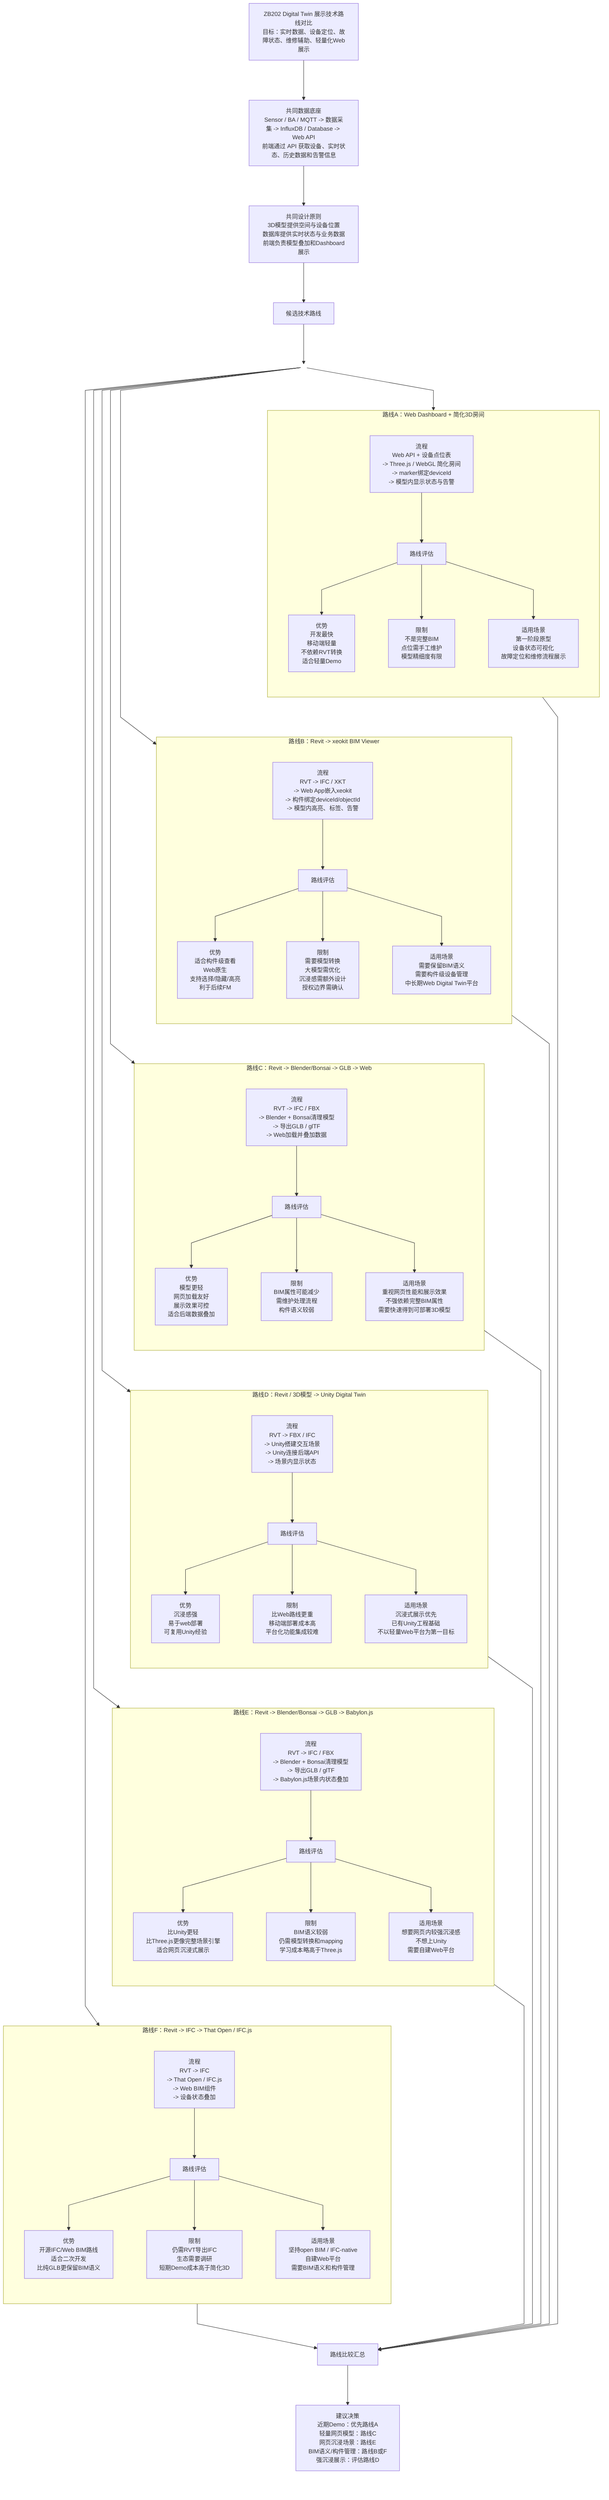
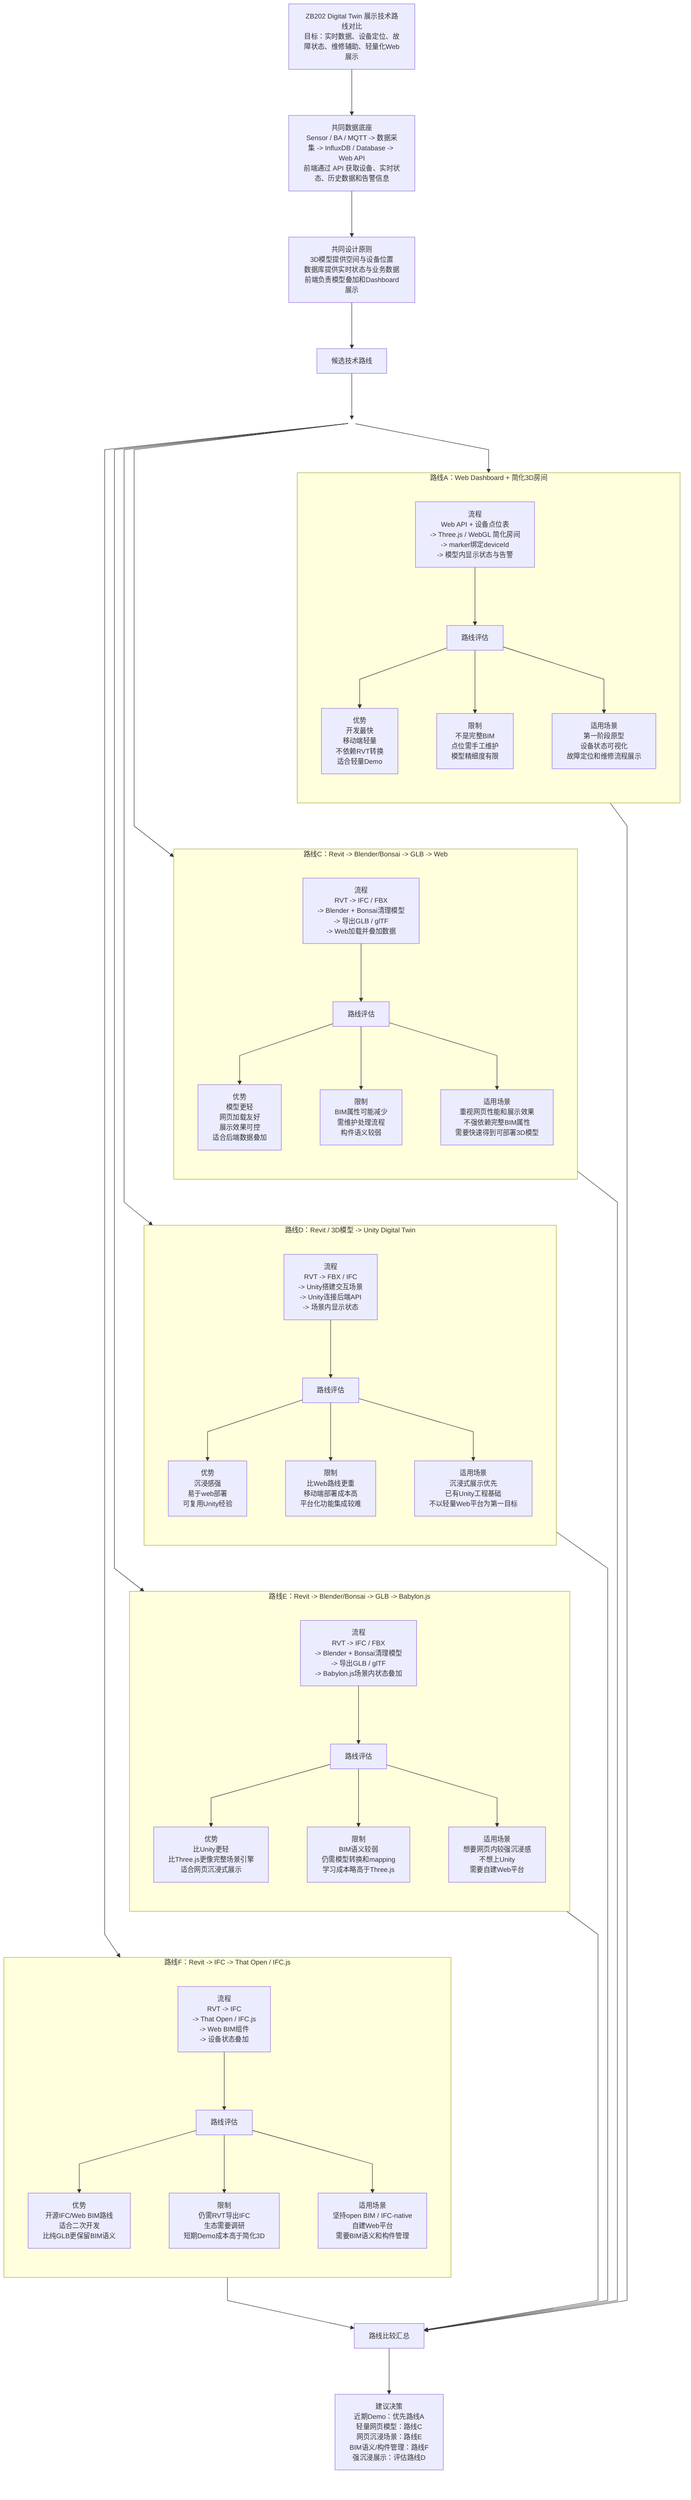
%%{init: {"flowchart": {"nodeSpacing": 80, "rankSpacing": 95, "curve": "linear"}, "themeVariables": {"fontSize": "14px"}}}%%
flowchart TB
  %% ZB202 Digital Twin technical route comparison for group meeting

  TITLE["ZB202 Digital Twin 展示技术路线对比<br/>目标：实时数据、设备定位、故障状态、维修辅助、轻量化Web展示"]

  DATA["共同数据底座<br/>Sensor / BA / MQTT -> 数据采集 -> InfluxDB / Database -> Web API<br/>前端通过 API 获取设备、实时状态、历史数据和告警信息"]

  PRINCIPLE["共同设计原则<br/>3D模型提供空间与设备位置<br/>数据库提供实时状态与业务数据<br/>前端负责模型叠加和Dashboard展示"]

  ROUTE_TITLE["候选技术路线"]

  TITLE --> DATA --> PRINCIPLE --> ROUTE_TITLE --> ROUTE_ENTRY

  ROUTE_ENTRY((" "))

  subgraph R1["路线A：Web Dashboard + 简化3D房间"]
    direction TB
    R1_START["流程<br/>Web API + 设备点位表<br/>-> Three.js / WebGL 简化房间<br/>-> marker绑定deviceId<br/>-> 模型内显示状态与告警"]

    R1_SPLIT["路线评估"]
    R1_PRO["优势<br/>开发最快<br/>移动端轻量<br/>不依赖RVT转换<br/>适合轻量Demo"]
    R1_CON["限制<br/>不是完整BIM<br/>点位需手工维护<br/>模型精细度有限"]
    R1_USE["适用场景<br/>第一阶段原型<br/>设备状态可视化<br/>故障定位和维修流程展示"]

    R1_START --> R1_SPLIT
    R1_SPLIT --> R1_PRO
    R1_SPLIT --> R1_CON
    R1_SPLIT --> R1_USE
-   end
- 
-   subgraph R2["路线B：Revit -> xeokit BIM Viewer"]
-     direction TB
-     R2_START["流程<br/>RVT -> IFC / XKT<br/>-> Web App嵌入xeokit<br/>-> 构件绑定deviceId/objectId<br/>-> 模型内高亮、标签、告警"]
- 
-     R2_SPLIT["路线评估"]
-     R2_PRO["优势<br/>适合构件级查看<br/>Web原生<br/>支持选择/隐藏/高亮<br/>利于后续FM"]
-     R2_CON["限制<br/>需要模型转换<br/>大模型需优化<br/>沉浸感需额外设计<br/>授权边界需确认"]
-     R2_USE["适用场景<br/>需要保留BIM语义<br/>需要构件级设备管理<br/>中长期Web Digital Twin平台"]
- 
-     R2_START --> R2_SPLIT
-     R2_SPLIT --> R2_PRO
-     R2_SPLIT --> R2_CON
-     R2_SPLIT --> R2_USE
  end

  subgraph R3["路线C：Revit -> Blender/Bonsai -> GLB -> Web"]
    direction TB
    R3_START["流程<br/>RVT -> IFC / FBX<br/>-> Blender + Bonsai清理模型<br/>-> 导出GLB / glTF<br/>-> Web加载并叠加数据"]

    R3_SPLIT["路线评估"]
    R3_PRO["优势<br/>模型更轻<br/>网页加载友好<br/>展示效果可控<br/>适合后端数据叠加"]
    R3_CON["限制<br/>BIM属性可能减少<br/>需维护处理流程<br/>构件语义较弱"]
    R3_USE["适用场景<br/>重视网页性能和展示效果<br/>不强依赖完整BIM属性<br/>需要快速得到可部署3D模型"]

    R3_START --> R3_SPLIT
    R3_SPLIT --> R3_PRO
    R3_SPLIT --> R3_CON
    R3_SPLIT --> R3_USE
  end

  subgraph R4["路线D：Revit / 3D模型 -> Unity Digital Twin"]
    direction TB
    R4_START["流程<br/>RVT -> FBX / IFC<br/>-> Unity搭建交互场景<br/>-> Unity连接后端API<br/>-> 场景内显示状态"]

    R4_SPLIT["路线评估"]
    R4_PRO["优势<br/>沉浸感强<br/>易于web部署<br/>可复用Unity经验"]
    R4_CON["限制<br/>比Web路线更重<br/>移动端部署成本高<br/>平台化功能集成较难"]
    R4_USE["适用场景<br/>沉浸式展示优先<br/>已有Unity工程基础<br/>不以轻量Web平台为第一目标"]

    R4_START --> R4_SPLIT
    R4_SPLIT --> R4_PRO
    R4_SPLIT --> R4_CON
    R4_SPLIT --> R4_USE
  end

  subgraph R5["路线E：Revit -> Blender/Bonsai -> GLB -> Babylon.js"]
    direction TB
    R5_START["流程<br/>RVT -> IFC / FBX<br/>-> Blender + Bonsai清理模型<br/>-> 导出GLB / glTF<br/>-> Babylon.js场景内状态叠加"]

    R5_SPLIT["路线评估"]
    R5_PRO["优势<br/>比Unity更轻<br/>比Three.js更像完整场景引擎<br/>适合网页沉浸式展示"]
    R5_CON["限制<br/>BIM语义较弱<br/>仍需模型转换和mapping<br/>学习成本略高于Three.js"]
    R5_USE["适用场景<br/>想要网页内较强沉浸感<br/>不想上Unity<br/>需要自建Web平台"]

    R5_START --> R5_SPLIT
    R5_SPLIT --> R5_PRO
    R5_SPLIT --> R5_CON
    R5_SPLIT --> R5_USE
  end

  subgraph R6["路线F：Revit -> IFC -> That Open / IFC.js"]
    direction TB
    R6_START["流程<br/>RVT -> IFC<br/>-> That Open / IFC.js<br/>-> Web BIM组件<br/>-> 设备状态叠加"]

    R6_SPLIT["路线评估"]
    R6_PRO["优势<br/>开源IFC/Web BIM路线<br/>适合二次开发<br/>比纯GLB更保留BIM语义"]
    R6_CON["限制<br/>仍需RVT导出IFC<br/>生态需要调研<br/>短期Demo成本高于简化3D"]
    R6_USE["适用场景<br/>坚持open BIM / IFC-native<br/>自建Web平台<br/>需要BIM语义和构件管理"]

    R6_START --> R6_SPLIT
    R6_SPLIT --> R6_PRO
    R6_SPLIT --> R6_CON
    R6_SPLIT --> R6_USE
  end

  ROUTE_ENTRY --> R1_START
-   ROUTE_ENTRY --> R2_START
  ROUTE_ENTRY --> R3_START
  ROUTE_ENTRY --> R4_START
  ROUTE_ENTRY --> R5_START
  ROUTE_ENTRY --> R6_START

-   R1_START ~~~ R2_START
-   R2_START ~~~ R3_START
+   R1_START ~~~ R3_START
  R3_START ~~~ R4_START
  R4_START ~~~ R5_START
  R5_START ~~~ R6_START

-   R1_USE ~~~ R2_USE
-   R2_USE ~~~ R3_USE
+   R1_USE ~~~ R3_USE
  R3_USE ~~~ R4_USE
  R4_USE ~~~ R5_USE
  R5_USE ~~~ R6_USE

  JOIN["路线比较汇总"]

-   SUMMARY["建议决策<br/>近期Demo：优先路线A<br/>轻量网页模型：路线C<br/>网页沉浸场景：路线E<br/>BIM语义/构件管理：路线B或F<br/>强沉浸展示：评估路线D"]
+   SUMMARY["建议决策<br/>近期Demo：优先路线A<br/>轻量网页模型：路线C<br/>网页沉浸场景：路线E<br/>BIM语义/构件管理：路线F<br/>强沉浸展示：评估路线D"]

  R1_USE --> JOIN
-   R2_USE --> JOIN
  R3_USE --> JOIN
  R4_USE --> JOIN
  R5_USE --> JOIN
  R6_USE --> JOIN
  JOIN --> SUMMARY

  style ROUTE_ENTRY fill:transparent,stroke:transparent,color:transparent
